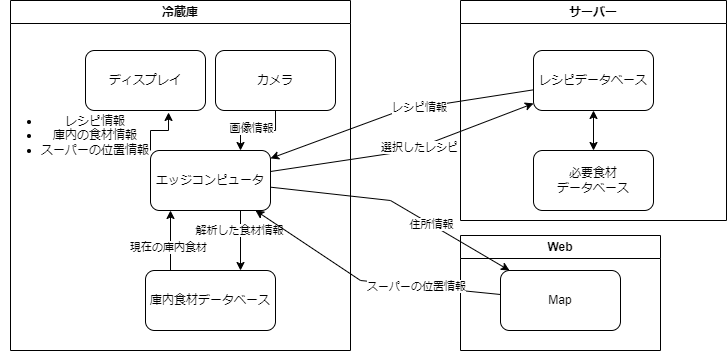
LSSD-B1/basic-design-document keeps this draw.io diagram as img/system_architecture.drawio.png. Above is the earlier version. Source tidied: cells renumbered, new cells last; positions are measured from the earlier drawing's top-left corner, leaving out a move shared by most shapes.
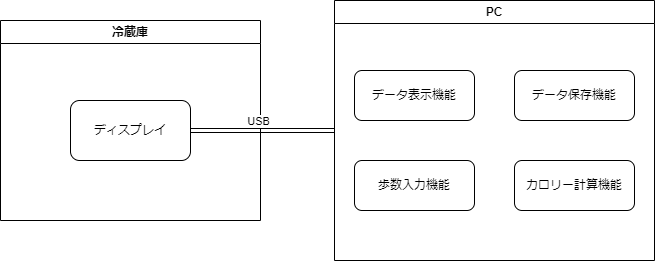
After the commit.

Change to the diagram source:
```diff
@@ -2,110 +2,34 @@
   <root>
     <mxCell id="0" />
     <mxCell id="1" parent="0" />
-    <mxCell id="2" value="Web" style="swimlane;whiteSpace=wrap;html=1;" parent="1" vertex="1">
-      <mxGeometry x="460" y="235" width="200" height="115" as="geometry" />
-    </mxCell>
-    <mxCell id="3" value="Map" style="rounded=1;whiteSpace=wrap;html=1;" parent="2" vertex="1">
-      <mxGeometry x="40" y="35" width="120" height="60" as="geometry" />
-    </mxCell>
     <mxCell id="4" value="冷蔵庫" style="swimlane;whiteSpace=wrap;html=1;" parent="1" vertex="1">
-      <mxGeometry x="10" width="340" height="350" as="geometry" />
+      <mxGeometry x="10" width="260" height="200" as="geometry" />
     </mxCell>
-    <mxCell id="5" style="edgeStyle=orthogonalEdgeStyle;rounded=0;jettySize=auto;html=1;exitX=0;exitY=0;exitDx=0;exitDy=0;entryX=0.692;entryY=1.033;entryDx=0;entryDy=0;entryPerimeter=0;" parent="4" edge="1" source="6" target="7">
-      <mxGeometry relative="1" as="geometry" />
-    </mxCell>
-    <mxCell id="6" value="エッジコンピュータ" style="rounded=1;whiteSpace=wrap;html=1;" parent="4" vertex="1">
-      <mxGeometry x="140" y="150" width="120" height="60" as="geometry" />
-    </mxCell>
     <mxCell id="7" value="ディスプレイ&lt;span style=&quot;color: rgba(0, 0, 0, 0); font-family: monospace; font-size: 0px; text-align: start; text-wrap: nowrap;&quot;&gt;%3CmxGraphModel%3E%3Croot%3E%3CmxCell%20id%3D%220%22%2F%3E%3CmxCell%20id%3D%221%22%20parent%3D%220%22%2F%3E%3CmxCell%20id%3D%222%22%20value%3D%22%E5%86%B7%E8%94%B5%E5%BA%AB%22%20style%3D%22rounded%3D1%3BwhiteSpace%3Dwrap%3Bhtml%3D1%3B%22%20vertex%3D%221%22%20parent%3D%221%22%3E%3CmxGeometry%20x%3D%22130%22%20y%3D%2290%22%20width%3D%22120%22%20height%3D%2260%22%20as%3D%22geometry%22%2F%3E%3C%2FmxCell%3E%3C%2Froot%3E%3C%2FmxGraphModel%3E&lt;br&gt;&lt;/span&gt;" style="rounded=1;whiteSpace=wrap;html=1;" parent="4" vertex="1">
-      <mxGeometry x="75" y="50" width="120" height="60" as="geometry" />
+      <mxGeometry x="70" y="80" width="120" height="60" as="geometry" />
     </mxCell>
-    <mxCell id="8" style="edgeStyle=orthogonalEdgeStyle;rounded=0;jettySize=auto;html=1;exitX=0.5;exitY=1;exitDx=0;exitDy=0;entryX=0.75;entryY=0;entryDx=0;entryDy=0;" parent="4" edge="1" source="10" target="6">
-      <mxGeometry relative="1" as="geometry" />
-    </mxCell>
-    <mxCell id="9" value="画像情報" style="edgeLabel;html=1;align=center;verticalAlign=middle;" parent="8" vertex="1">
-      <mxGeometry x="0.19" y="-2" relative="1" as="geometry" />
-    </mxCell>
-    <mxCell id="10" value="カメラ" style="rounded=1;whiteSpace=wrap;html=1;" parent="4" vertex="1">
-      <mxGeometry x="205" y="50" width="120" height="60" as="geometry" />
-    </mxCell>
-    <mxCell id="11" value="庫内食材データベース" style="rounded=1;whiteSpace=wrap;html=1;" parent="4" vertex="1">
-      <mxGeometry x="135" y="270" width="130" height="60" as="geometry" />
-    </mxCell>
-    <mxCell id="12" style="endArrow=classic;html=1;rounded=0;" parent="4" edge="1">
-      <mxGeometry relative="1" as="geometry">
-        <mxPoint x="230" y="210" as="sourcePoint" />
-        <mxPoint x="230" y="270" as="targetPoint" />
-      </mxGeometry>
-    </mxCell>
-    <mxCell id="13" value="解析した食材情報" style="edgeLabel;html=1;align=center;verticalAlign=middle;" parent="12" vertex="1">
-      <mxGeometry x="0.09" y="-1" relative="1" as="geometry">
-        <mxPoint y="-13" as="offset" />
-      </mxGeometry>
-    </mxCell>
-    <mxCell id="14" style="endArrow=classic;html=1;rounded=0;" parent="4" edge="1">
-      <mxGeometry relative="1" as="geometry">
-        <mxPoint x="160" y="270" as="sourcePoint" />
-        <mxPoint x="160" y="210" as="targetPoint" />
-      </mxGeometry>
-    </mxCell>
-    <mxCell id="15" value="現在の庫内食材" style="edgeLabel;html=1;align=center;verticalAlign=middle;" parent="14" vertex="1">
-      <mxGeometry x="-0.22" y="2" relative="1" as="geometry" />
-    </mxCell>
-    <mxCell id="16" value="&lt;ul&gt;&lt;li&gt;レシピ情報&lt;/li&gt;&lt;li&gt;庫内の食材情報&lt;/li&gt;&lt;li&gt;スーパーの位置情報&lt;/li&gt;&lt;/ul&gt;" style="text;html=1;align=center;verticalAlign=middle;whiteSpace=wrap;rounded=0;" parent="4" vertex="1">
-      <mxGeometry x="-10" y="120" width="150" height="30" as="geometry" />
-    </mxCell>
-    <mxCell id="17" value="サーバー" style="swimlane;whiteSpace=wrap;html=1;" parent="1" vertex="1">
-      <mxGeometry x="460" width="266" height="220" as="geometry" />
-    </mxCell>
+    <mxCell id="29" value="PC" style="swimlane;whiteSpace=wrap;html=1;" parent="1" vertex="1">
+      <mxGeometry x="344" y="-20" width="320" height="260" as="geometry" />
+    </mxCell>
-    <mxCell id="18" value="レシピデータベース" style="rounded=1;whiteSpace=wrap;html=1;" parent="17" vertex="1">
-      <mxGeometry x="73" y="50" width="120" height="60" as="geometry" />
+    <mxCell id="18" value="データ表示機能" style="rounded=1;whiteSpace=wrap;html=1;" parent="29" vertex="1">
+      <mxGeometry x="20" y="70" width="120" height="50" as="geometry" />
     </mxCell>
-    <mxCell id="19" value="必要食材&lt;div&gt;データベース&lt;/div&gt;" style="rounded=1;whiteSpace=wrap;html=1;" parent="17" vertex="1">
-      <mxGeometry x="73" y="150" width="120" height="60" as="geometry" />
+    <mxCell id="19" value="データ保存機能" style="rounded=1;whiteSpace=wrap;html=1;" parent="29" vertex="1">
+      <mxGeometry x="180" y="70" width="120" height="50" as="geometry" />
     </mxCell>
-    <mxCell id="20" style="endArrow=classic;startArrow=classic;html=1;rounded=0;" parent="17" edge="1" source="19" target="18">
-      <mxGeometry relative="1" as="geometry" />
-    </mxCell>
-    <mxCell id="21" style="endArrow=classic;html=1;rounded=0;" parent="1" edge="1" source="6" target="18">
-      <mxGeometry relative="1" as="geometry">
-        <Array as="points">
-          <mxPoint x="410" y="150" />
-        </Array>
-      </mxGeometry>
-    </mxCell>
-    <mxCell id="22" value="選択したレシピ" style="edgeLabel;html=1;align=center;verticalAlign=middle;" parent="21" vertex="1">
-      <mxGeometry x="0.1" relative="1" as="geometry" />
-    </mxCell>
-    <mxCell id="23" style="endArrow=classic;html=1;rounded=0;" parent="1" edge="1" source="3" target="6">
-      <mxGeometry relative="1" as="geometry">
-        <Array as="points">
-          <mxPoint x="360" y="280" />
-        </Array>
-      </mxGeometry>
-    </mxCell>
-    <mxCell id="24" value="スーパーの位置情報" style="edgeLabel;html=1;align=center;verticalAlign=middle;" parent="23" vertex="1">
-      <mxGeometry x="-0.37" relative="1" as="geometry" />
-    </mxCell>
-    <mxCell id="25" style="endArrow=classic;html=1;rounded=0;" parent="1" edge="1" source="6" target="3">
-      <mxGeometry relative="1" as="geometry">
-        <Array as="points">
-          <mxPoint x="390" y="200" />
-        </Array>
-      </mxGeometry>
-    </mxCell>
-    <mxCell id="26" value="住所情報" style="edgeLabel;html=1;align=center;verticalAlign=middle;" parent="25" vertex="1">
-      <mxGeometry x="0.29" relative="1" as="geometry" />
-    </mxCell>
-    <mxCell id="27" style="endArrow=classic;html=1;rounded=0;" parent="1" edge="1" source="18" target="6">
-      <mxGeometry relative="1" as="geometry">
-        <Array as="points">
-          <mxPoint x="400" y="110" />
-        </Array>
-      </mxGeometry>
-    </mxCell>
-    <mxCell id="28" value="レシピ情報" style="edgeLabel;html=1;align=center;verticalAlign=middle;" parent="27" vertex="1">
-      <mxGeometry x="-0.15" relative="1" as="geometry" />
-    </mxCell>
+    <mxCell id="11" value="歩数入力機能" style="rounded=1;whiteSpace=wrap;html=1;" parent="29" vertex="1">
+      <mxGeometry x="20" y="160" width="120" height="50" as="geometry" />
+    </mxCell>
+    <mxCell id="30" value="カロリー計算機能" style="rounded=1;whiteSpace=wrap;html=1;" parent="29" vertex="1">
+      <mxGeometry x="180" y="160" width="120" height="50" as="geometry" />
+    </mxCell>
+    <mxCell id="31" style="edgeStyle=orthogonalEdgeStyle;rounded=0;jettySize=auto;html=1;exitX=1;exitY=0.5;exitDx=0;exitDy=0;entryX=0;entryY=0.5;entryDx=0;entryDy=0;shape=link;" parent="1" edge="1" source="7" target="29">
+      <mxGeometry relative="1" as="geometry" />
+    </mxCell>
+    <mxCell id="32" value="USB" style="edgeLabel;html=1;align=center;verticalAlign=middle;" parent="31" vertex="1">
+      <mxGeometry x="-0.25" y="2" relative="1" as="geometry">
+        <mxPoint x="13" y="-8" as="offset" />
+      </mxGeometry>
+    </mxCell>
   </root>
 </mxGraphModel>
```
